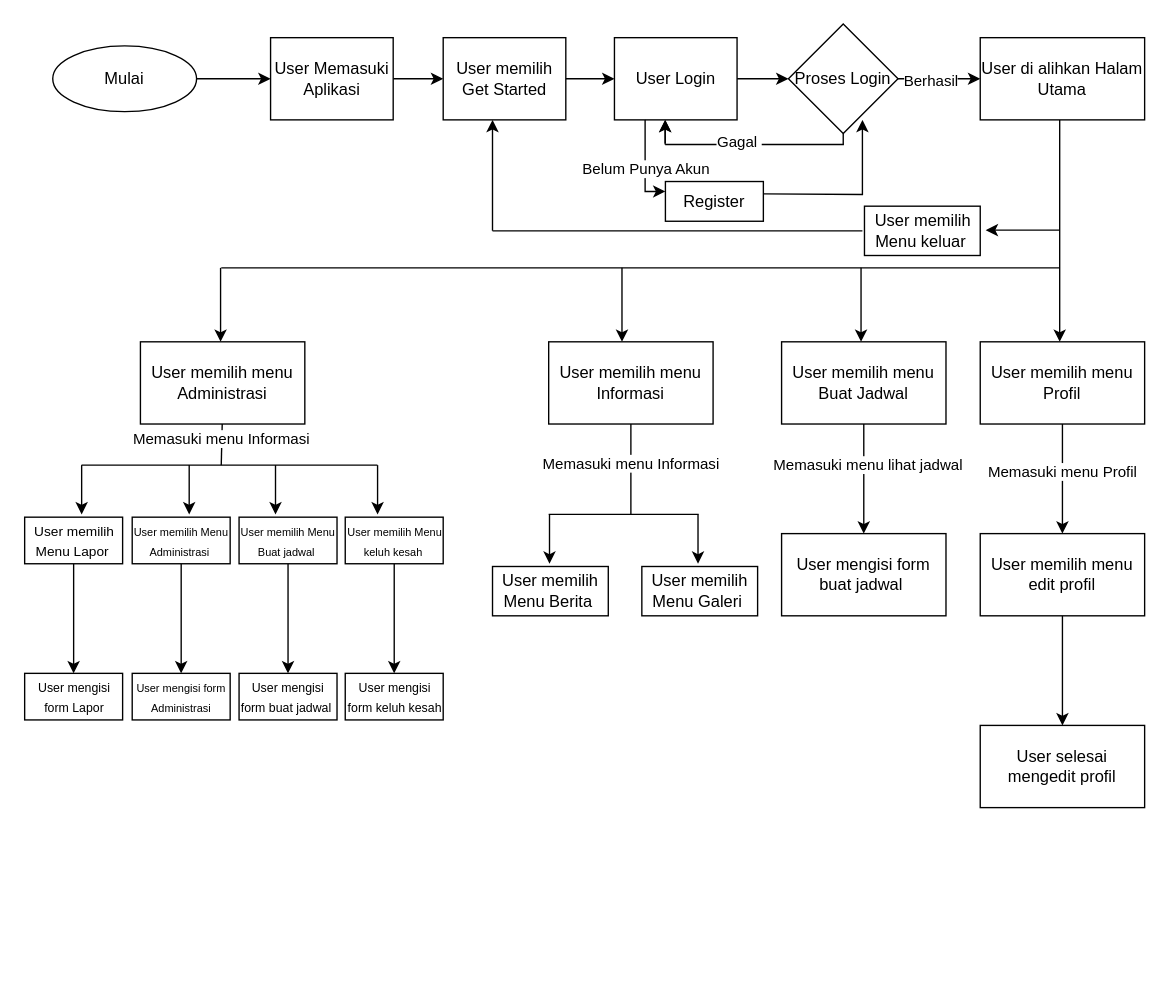
Above: USer flow rt.drawio in Mohazm/Draw.io (draw.io), before the change. Source tidied: cells renumbered, new cells numbered last; positions are measured from the earlier drawing's top-left corner, leaving out a move shared by most shapes. Both pictures are drawn from the tidied source at 137%, with x=0, y=0 at pixel (23, 23).
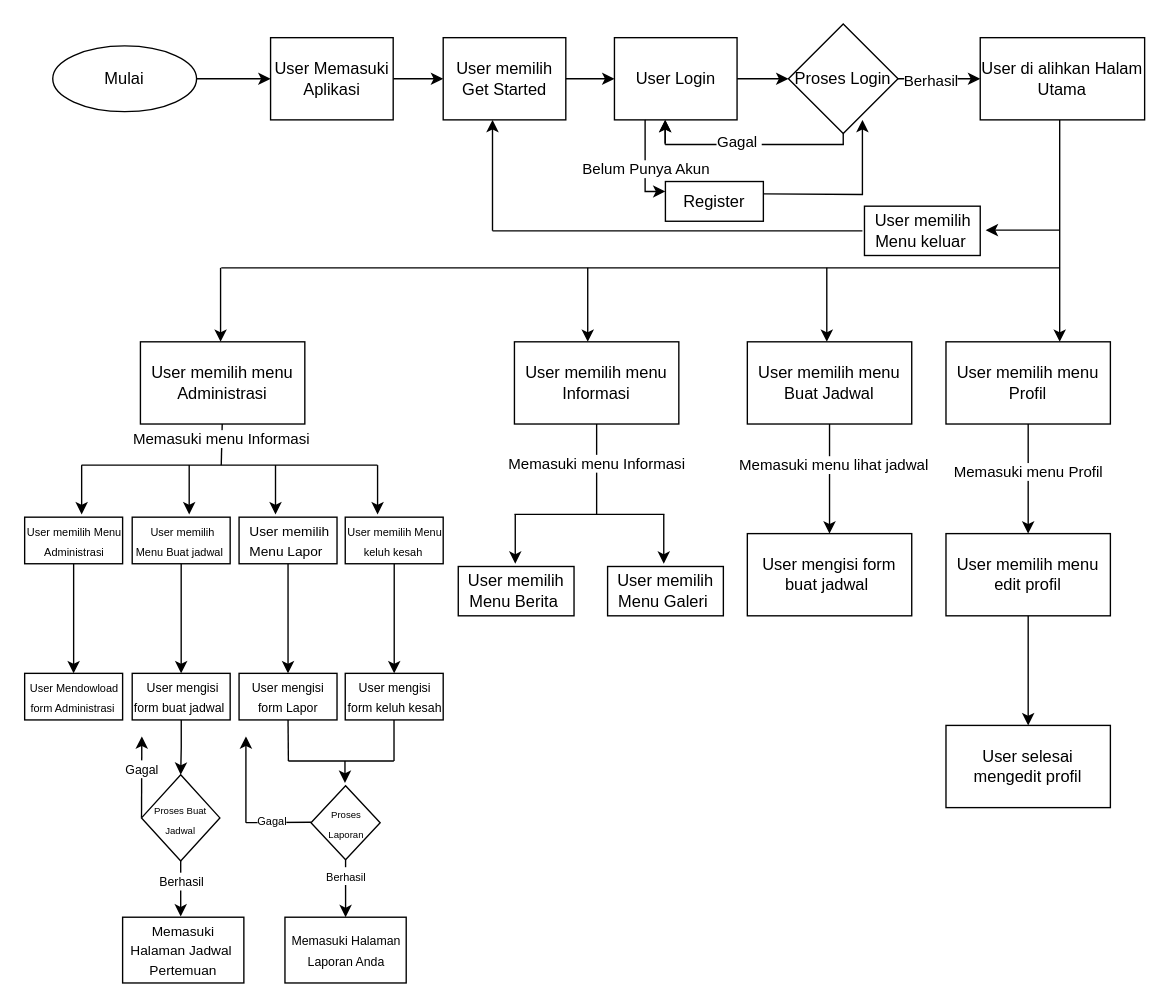
The same diagram, later.

Diff of the diagram source:
```diff
@@
     <mxCell id="17" value="User memilih menu Profil" style="whiteSpace=wrap;html=1;" parent="1" vertex="1">
-      <mxGeometry x="698" y="232" width="120" height="60" as="geometry" />
+      <mxGeometry x="673" y="232" width="120" height="60" as="geometry" />
     </mxCell>
@@
     <mxCell id="19" value="User memilih menu edit profil" style="whiteSpace=wrap;html=1;" parent="1" vertex="1">
-      <mxGeometry x="698" y="372" width="120" height="60" as="geometry" />
+      <mxGeometry x="673" y="372" width="120" height="60" as="geometry" />
     </mxCell>
     <mxCell id="20" value="User selesai mengedit profil" style="whiteSpace=wrap;html=1;" parent="1" vertex="1">
-      <mxGeometry x="698" y="512" width="120" height="60" as="geometry" />
+      <mxGeometry x="673" y="512" width="120" height="60" as="geometry" />
     </mxCell>
@@
     <mxCell id="22" style="endArrow=classic;html=1;rounded=0;" parent="1" edge="1">
       <mxGeometry relative="1" as="geometry">
-        <mxPoint x="611" y="178" as="sourcePoint" />
-        <mxPoint x="611" y="232" as="targetPoint" />
+        <mxPoint x="586" y="178" as="sourcePoint" />
+        <mxPoint x="586" y="232" as="targetPoint" />
       </mxGeometry>
     </mxCell>
@@
     <mxCell id="25" value="User memilih menu Buat Jadwal" style="whiteSpace=wrap;html=1;" parent="1" vertex="1">
-      <mxGeometry x="553" y="232" width="120" height="60" as="geometry" />
+      <mxGeometry x="528" y="232" width="120" height="60" as="geometry" />
     </mxCell>
     <mxCell id="26" value="User mengisi form buat jadwal&amp;nbsp;" style="whiteSpace=wrap;html=1;" parent="1" vertex="1">
-      <mxGeometry x="553" y="372" width="120" height="60" as="geometry" />
+      <mxGeometry x="528" y="372" width="120" height="60" as="geometry" />
     </mxCell>
     <mxCell id="27" style="endArrow=classic;html=1;rounded=0;" parent="1" edge="1">
       <mxGeometry relative="1" as="geometry">
-        <mxPoint x="436.5" y="178" as="sourcePoint" />
-        <mxPoint x="436.5" y="232" as="targetPoint" />
+        <mxPoint x="411.5" y="178" as="sourcePoint" />
+        <mxPoint x="411.5" y="232" as="targetPoint" />
       </mxGeometry>
     </mxCell>
     <mxCell id="28" style="edgeStyle=orthogonalEdgeStyle;rounded=0;jettySize=auto;html=1;endArrow=none;endFill=0;" parent="1" edge="1" source="30">
       <mxGeometry relative="1" as="geometry">
-        <mxPoint x="443" y="358" as="targetPoint" />
+        <mxPoint x="418" y="358" as="targetPoint" />
       </mxGeometry>
     </mxCell>
@@
     <mxCell id="30" value="User memilih menu Informasi" style="whiteSpace=wrap;html=1;" parent="1" vertex="1">
-      <mxGeometry x="383" y="232" width="120" height="60" as="geometry" />
+      <mxGeometry x="358" y="232" width="120" height="60" as="geometry" />
     </mxCell>
     <mxCell id="31" style="endArrow=none;html=1;rounded=0;" parent="1" edge="1">
       <mxGeometry relative="1" as="geometry">
-        <mxPoint x="383" y="358" as="sourcePoint" />
-        <mxPoint x="492.5" y="358" as="targetPoint" />
+        <mxPoint x="358" y="358" as="sourcePoint" />
+        <mxPoint x="467.5" y="358" as="targetPoint" />
       </mxGeometry>
     </mxCell>
     <mxCell id="32" style="endArrow=classic;html=1;rounded=0;" parent="1" edge="1">
       <mxGeometry relative="1" as="geometry">
-        <mxPoint x="383.6" y="358" as="sourcePoint" />
-        <mxPoint x="383.6" y="394" as="targetPoint" />
+        <mxPoint x="358.6" y="358" as="sourcePoint" />
+        <mxPoint x="358.6" y="394" as="targetPoint" />
       </mxGeometry>
     </mxCell>
     <mxCell id="33" value="User memilih Menu Berita&amp;nbsp;" style="whiteSpace=wrap;html=1;" parent="1" vertex="1">
-      <mxGeometry x="342" y="396" width="84.5" height="36" as="geometry" />
+      <mxGeometry x="317" y="396" width="84.5" height="36" as="geometry" />
     </mxCell>
     <mxCell id="34" style="endArrow=classic;html=1;rounded=0;" parent="1" edge="1">
       <mxGeometry relative="1" as="geometry">
-        <mxPoint x="492" y="358" as="sourcePoint" />
-        <mxPoint x="492" y="394" as="targetPoint" />
+        <mxPoint x="467" y="358" as="sourcePoint" />
+        <mxPoint x="467" y="394" as="targetPoint" />
       </mxGeometry>
     </mxCell>
     <mxCell id="35" value="User memilih Menu Galeri&amp;nbsp;" style="whiteSpace=wrap;html=1;" parent="1" vertex="1">
-      <mxGeometry x="451" y="396" width="84.5" height="36" as="geometry" />
+      <mxGeometry x="426" y="396" width="84.5" height="36" as="geometry" />
     </mxCell>
@@
-    <mxCell id="43" value="&lt;font style=&quot;font-size: 10px;&quot;&gt;User memilih Menu Lapor&amp;nbsp;&lt;/font&gt;" style="whiteSpace=wrap;html=1;" parent="1" vertex="1">
+    <mxCell id="43" value="&lt;span style=&quot;font-size: 8px;&quot;&gt;User memilih Menu Administrasi&lt;/span&gt;" style="whiteSpace=wrap;html=1;" parent="1" vertex="1">
       <mxGeometry x="0.5" y="360" width="71.5" height="34" as="geometry" />
     </mxCell>
@@
-    <mxCell id="46" value="&lt;font style=&quot;font-size: 8px;&quot;&gt;User memilih Menu Administrasi&amp;nbsp;&lt;/font&gt;" style="whiteSpace=wrap;html=1;" parent="1" vertex="1">
+    <mxCell id="46" value="&lt;span style=&quot;font-size: 8px;&quot;&gt;&amp;nbsp;User memilih Menu Buat jadwal&amp;nbsp;&lt;/span&gt;" style="whiteSpace=wrap;html=1;" parent="1" vertex="1">
       <mxGeometry x="79" y="360" width="71.5" height="34" as="geometry" />
     </mxCell>
@@
-    <mxCell id="49" value="&lt;font style=&quot;font-size: 8px;&quot;&gt;User memilih Menu Buat jadwal&amp;nbsp;&lt;/font&gt;" style="whiteSpace=wrap;html=1;" parent="1" vertex="1">
+    <mxCell id="49" value="&lt;font style=&quot;font-size: 8px;&quot;&gt;&amp;nbsp;&lt;/font&gt;&lt;span style=&quot;font-size: 10px;&quot;&gt;User memilih Menu Lapor&amp;nbsp;&lt;/span&gt;" style="whiteSpace=wrap;html=1;" parent="1" vertex="1">
       <mxGeometry x="157" y="360" width="71.5" height="34" as="geometry" />
     </mxCell>
@@
-    <mxCell id="67" value="&lt;span style=&quot;font-size: 9px;&quot;&gt;User mengisi form buat jadwal&amp;nbsp;&lt;/span&gt;" style="whiteSpace=wrap;html=1;" parent="1" vertex="1">
+    <mxCell id="67" value="&lt;span style=&quot;font-size: 9px;&quot;&gt;User mengisi form Lapor&lt;/span&gt;" style="whiteSpace=wrap;html=1;" parent="1" vertex="1">
       <mxGeometry x="157" y="474" width="71.5" height="34" as="geometry" />
     </mxCell>
+    <mxCell id="70" style="edgeStyle=orthogonalEdgeStyle;rounded=0;jettySize=auto;html=1;" parent="1" edge="1" source="68" target="81">
+      <mxGeometry relative="1" as="geometry" />
+    </mxCell>
-    <mxCell id="68" value="&lt;font style=&quot;font-size: 8px;&quot;&gt;User mengisi form Administrasi&lt;/font&gt;" style="whiteSpace=wrap;html=1;" parent="1" vertex="1">
+    <mxCell id="68" value="&lt;span style=&quot;font-size: 9px;&quot;&gt;&amp;nbsp;User mengisi form buat jadwal&amp;nbsp;&lt;/span&gt;" style="whiteSpace=wrap;html=1;" parent="1" vertex="1">
       <mxGeometry x="79" y="474" width="71.5" height="34" as="geometry" />
     </mxCell>
-    <mxCell id="69" value="&lt;span style=&quot;font-size: 9px;&quot;&gt;User mengisi form Lapor&lt;/span&gt;" style="whiteSpace=wrap;html=1;" parent="1" vertex="1">
+    <mxCell id="69" value="&lt;span style=&quot;font-size: 8px;&quot;&gt;User Mendowload form Administrasi&amp;nbsp;&lt;/span&gt;" style="whiteSpace=wrap;html=1;" parent="1" vertex="1">
       <mxGeometry x="0.5" y="474" width="71.5" height="34" as="geometry" />
     </mxCell>
+    <mxCell id="71" style="edgeStyle=orthogonalEdgeStyle;rounded=0;jettySize=auto;html=1;" parent="1" edge="1" source="73" target="78">
+      <mxGeometry relative="1" as="geometry" />
+    </mxCell>
+    <mxCell id="72" value="&lt;font style=&quot;font-size: 8px;&quot;&gt;Berhasil&lt;/font&gt;" style="edgeLabel;html=1;align=center;verticalAlign=middle;" parent="71" vertex="1">
+      <mxGeometry x="-0.5" relative="1" as="geometry" />
+    </mxCell>
+    <mxCell id="73" value="&lt;font style=&quot;font-size: 7px;&quot;&gt;Proses Laporan&lt;/font&gt;" style="rhombus;whiteSpace=wrap;html=1;" parent="1" vertex="1">
+      <mxGeometry x="209.5" y="556" width="50.5" height="54" as="geometry" />
+    </mxCell>
+    <mxCell id="74" style="endArrow=none;html=1;rounded=0;entryX=0.5;entryY=1;entryDx=0;entryDy=0;" parent="1" edge="1" target="67">
+      <mxGeometry relative="1" as="geometry">
+        <mxPoint x="193" y="538" as="sourcePoint" />
+      </mxGeometry>
+    </mxCell>
+    <mxCell id="75" style="endArrow=none;html=1;rounded=0;" parent="1" edge="1">
+      <mxGeometry relative="1" as="geometry">
+        <mxPoint x="270" y="538" as="sourcePoint" />
+        <mxPoint x="193" y="538" as="targetPoint" />
+      </mxGeometry>
+    </mxCell>
+    <mxCell id="76" style="endArrow=none;html=1;rounded=0;entryX=0.5;entryY=1;entryDx=0;entryDy=0;" parent="1" edge="1">
+      <mxGeometry relative="1" as="geometry">
+        <mxPoint x="270.1" y="538" as="sourcePoint" />
+        <mxPoint x="270.1" y="508" as="targetPoint" />
+      </mxGeometry>
+    </mxCell>
+    <mxCell id="77" style="endArrow=classic;html=1;rounded=0;" parent="1" edge="1">
+      <mxGeometry relative="1" as="geometry">
+        <mxPoint x="234.3" y="538" as="sourcePoint" />
+        <mxPoint x="234.3" y="554" as="targetPoint" />
+      </mxGeometry>
+    </mxCell>
+    <mxCell id="78" value="&lt;font style=&quot;font-size: 9px;&quot;&gt;Memasuki Halaman Laporan Anda&lt;/font&gt;" style="whiteSpace=wrap;html=1;" parent="1" vertex="1">
+      <mxGeometry x="190.5" y="652" width="88.5" height="48" as="geometry" />
+    </mxCell>
+    <mxCell id="79" style="edgeStyle=orthogonalEdgeStyle;rounded=0;jettySize=auto;html=1;" parent="1" edge="1" source="81">
+      <mxGeometry relative="1" as="geometry">
+        <mxPoint x="114.4" y="651.5" as="targetPoint" />
+      </mxGeometry>
+    </mxCell>
+    <mxCell id="80" value="&lt;font style=&quot;font-size: 9px;&quot;&gt;Berhasil&lt;/font&gt;" style="edgeLabel;html=1;align=center;verticalAlign=middle;" parent="79" vertex="1">
+      <mxGeometry x="-0.34" relative="1" as="geometry" />
+    </mxCell>
+    <mxCell id="81" value="&lt;font style=&quot;font-size: 7px;&quot;&gt;Proses Buat Jadwal&lt;/font&gt;" style="rhombus;whiteSpace=wrap;html=1;" parent="1" vertex="1">
+      <mxGeometry x="85.8" y="548" width="57.2" height="63" as="geometry" />
+    </mxCell>
+    <mxCell id="82" value="&lt;font style=&quot;font-size: 10px;&quot;&gt;Memasuki Halaman Jadwal&amp;nbsp; Pertemuan&lt;/font&gt;" style="whiteSpace=wrap;html=1;" parent="1" vertex="1">
+      <mxGeometry x="72" y="652" width="88.5" height="48" as="geometry" />
+    </mxCell>
+    <mxCell id="83" style="endArrow=none;html=1;rounded=0;entryX=-0.017;entryY=0.513;entryDx=0;entryDy=0;entryPerimeter=0;startArrow=classic;startFill=1;" parent="1" edge="1">
+      <mxGeometry relative="1" as="geometry">
+        <mxPoint x="86" y="520" as="sourcePoint" />
+        <mxPoint x="85.8" y="579.3" as="targetPoint" />
+      </mxGeometry>
+    </mxCell>
+    <mxCell id="84" value="&lt;font style=&quot;font-size: 9px;&quot;&gt;Gagal&lt;/font&gt;" style="edgeLabel;html=1;align=center;verticalAlign=middle;" parent="83" vertex="1">
+      <mxGeometry x="-0.18" relative="1" as="geometry" />
+    </mxCell>
+    <mxCell id="85" style="endArrow=none;html=1;rounded=0;" parent="1" edge="1">
+      <mxGeometry relative="1" as="geometry">
+        <mxPoint x="209.5" y="582.7" as="sourcePoint" />
+        <mxPoint x="162" y="583" as="targetPoint" />
+      </mxGeometry>
+    </mxCell>
+    <mxCell id="86" value="&lt;font style=&quot;font-size: 8px;&quot;&gt;Gagal&lt;/font&gt;" style="edgeLabel;html=1;align=center;verticalAlign=middle;" parent="85" vertex="1">
+      <mxGeometry x="0.22" y="-2" relative="1" as="geometry" />
+    </mxCell>
+    <mxCell id="87" style="endArrow=none;html=1;rounded=0;targetPerimeterSpacing=0;startArrow=classic;startFill=1;" parent="1" edge="1">
+      <mxGeometry relative="1" as="geometry">
+        <mxPoint x="162" y="520" as="sourcePoint" />
+        <mxPoint x="162" y="583" as="targetPoint" />
+      </mxGeometry>
+    </mxCell>
```
